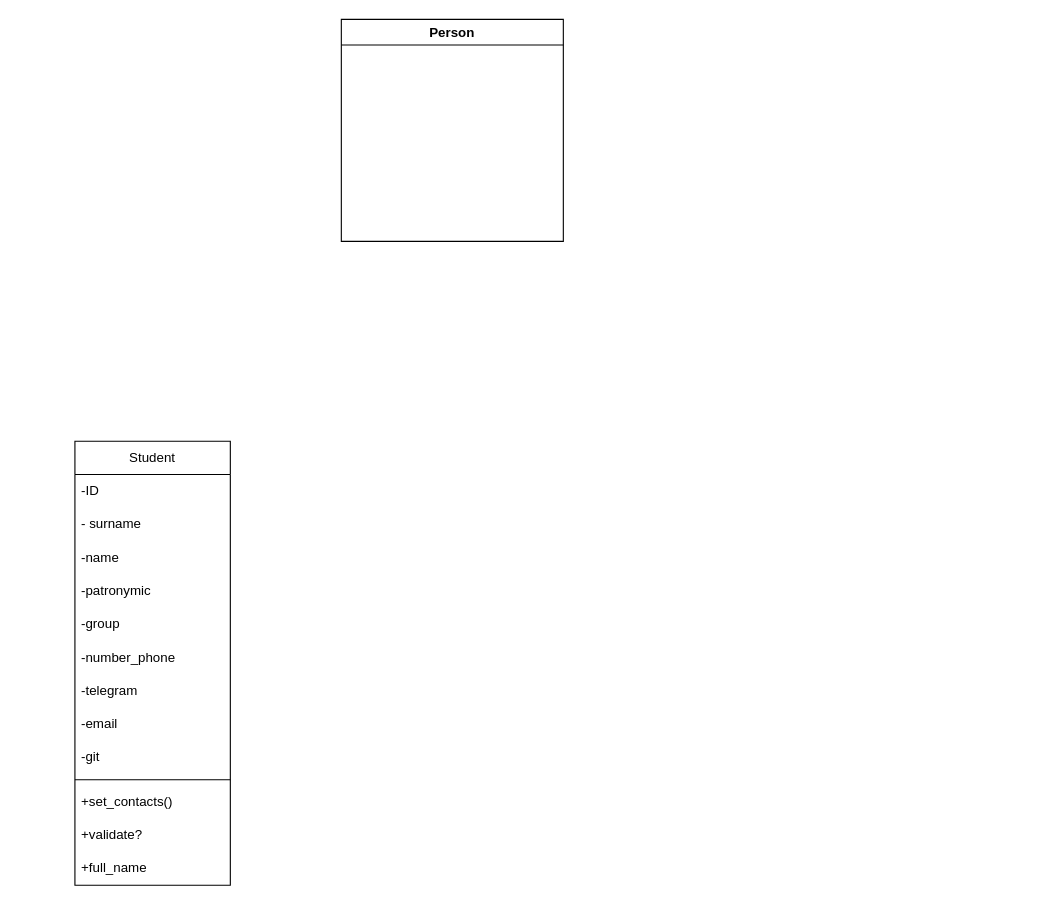
This is класс_студент.drawio from AhNyaLee/Ruby, a draw.io file, before an edit. Source tidied: cells renumbered, new cells numbered last; positions are measured from the earlier drawing's top-left corner, leaving out a move shared by most shapes. Both pictures are drawn from the tidied source at 111%, with x=0, y=0 at pixel (74, 19).
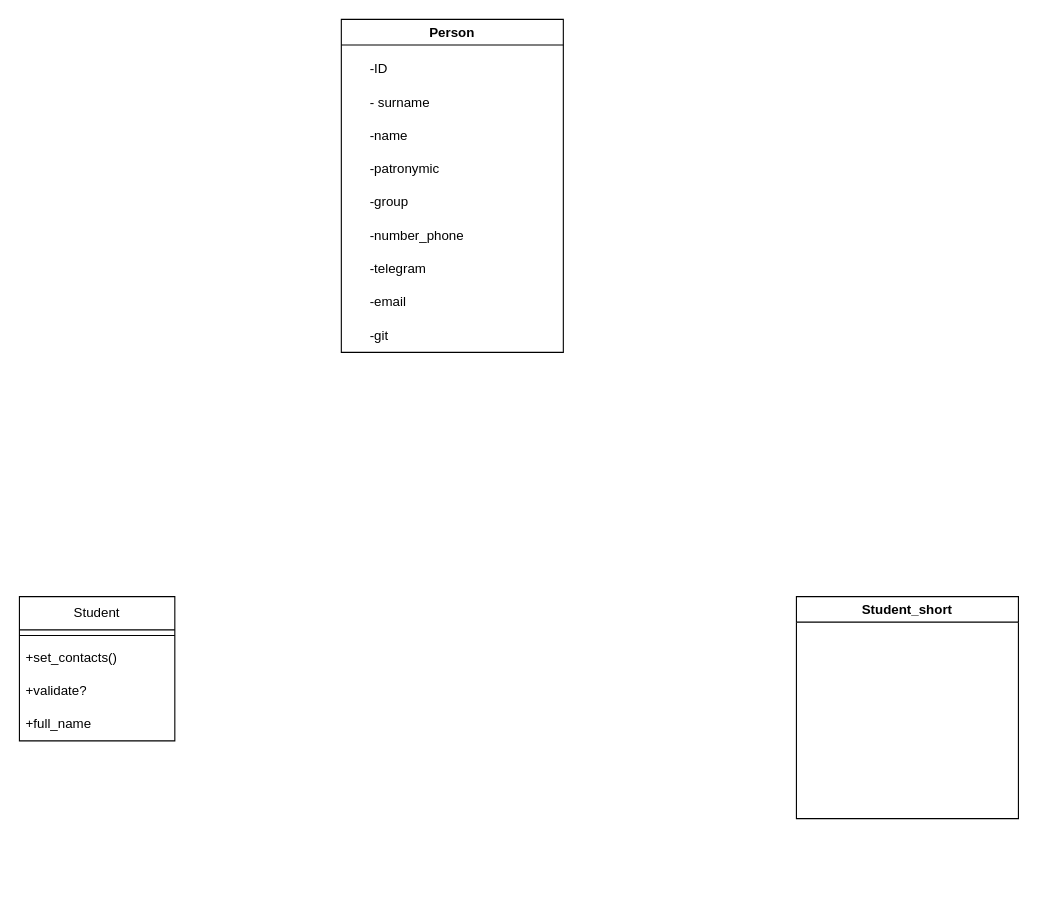
Above is the later version.

Change to the diagram source:
```diff
@@
 <mxGraphModel>
   <root>
     <mxCell id="0" />
     <mxCell id="1" parent="0" />
     <mxCell id="2" value="Student" style="swimlane;fontStyle=0;horizontal=1;startSize=30;whiteSpace=wrap;html=1;" parent="1" vertex="1">
-      <mxGeometry y="380" width="140" height="400" as="geometry" />
+      <mxGeometry x="-50" y="520" width="140" height="130" as="geometry" />
     </mxCell>
+    <mxCell id="12" style="line;strokeWidth=1;dashed=0;labelPosition=right;align=left;verticalAlign=middle;spacingTop=0;spacingLeft=6;" parent="2" vertex="1">
+      <mxGeometry y="30" width="140" height="10" as="geometry" />
+    </mxCell>
+    <mxCell id="13" value="+set_contacts()" style="text;strokeColor=none;fillColor=none;align=left;verticalAlign=middle;spacingLeft=4;spacingRight=4;overflow=hidden;whiteSpace=wrap;html=1;" parent="2" vertex="1">
+      <mxGeometry y="40" width="140" height="30" as="geometry" />
+    </mxCell>
+    <mxCell id="14" value="+validate?" style="text;strokeColor=none;fillColor=none;align=left;verticalAlign=middle;spacingLeft=4;spacingRight=4;overflow=hidden;whiteSpace=wrap;html=1;" parent="2" vertex="1">
+      <mxGeometry y="70" width="140" height="30" as="geometry" />
+    </mxCell>
+    <mxCell id="15" value="+full_name" style="text;strokeColor=none;fillColor=none;align=left;verticalAlign=middle;spacingLeft=4;spacingRight=4;overflow=hidden;whiteSpace=wrap;html=1;" parent="2" vertex="1">
+      <mxGeometry y="100" width="140" height="30" as="geometry" />
+    </mxCell>
+    <mxCell id="16" value="Person" style="swimlane;whiteSpace=wrap;html=1;" parent="1" vertex="1">
+      <mxGeometry x="240" width="200" height="300" as="geometry" />
+    </mxCell>
-    <mxCell id="3" value="-ID" style="text;strokeColor=none;fillColor=none;align=left;verticalAlign=middle;spacingLeft=4;spacingRight=4;overflow=hidden;whiteSpace=wrap;html=1;" parent="2" vertex="1">
-      <mxGeometry y="30" width="140" height="30" as="geometry" />
+    <mxCell id="3" value="-ID" style="text;strokeColor=none;fillColor=none;align=left;verticalAlign=middle;spacingLeft=4;spacingRight=4;overflow=hidden;whiteSpace=wrap;html=1;" parent="16" vertex="1">
+      <mxGeometry x="20" y="30" width="140" height="30" as="geometry" />
     </mxCell>
-    <mxCell id="4" value="- surname" style="text;strokeColor=none;fillColor=none;align=left;verticalAlign=middle;spacingLeft=4;spacingRight=4;overflow=hidden;whiteSpace=wrap;html=1;" parent="2" vertex="1">
-      <mxGeometry y="60" width="140" height="30" as="geometry" />
+    <mxCell id="4" value="- surname" style="text;strokeColor=none;fillColor=none;align=left;verticalAlign=middle;spacingLeft=4;spacingRight=4;overflow=hidden;whiteSpace=wrap;html=1;" parent="16" vertex="1">
+      <mxGeometry x="20" y="60" width="140" height="30" as="geometry" />
     </mxCell>
-    <mxCell id="5" value="-name" style="text;strokeColor=none;fillColor=none;align=left;verticalAlign=middle;spacingLeft=4;spacingRight=4;overflow=hidden;whiteSpace=wrap;html=1;" parent="2" vertex="1">
-      <mxGeometry y="90" width="140" height="30" as="geometry" />
+    <mxCell id="5" value="-name" style="text;strokeColor=none;fillColor=none;align=left;verticalAlign=middle;spacingLeft=4;spacingRight=4;overflow=hidden;whiteSpace=wrap;html=1;" parent="16" vertex="1">
+      <mxGeometry x="20" y="90" width="140" height="30" as="geometry" />
     </mxCell>
-    <mxCell id="6" value="-patronymic" style="text;strokeColor=none;fillColor=none;align=left;verticalAlign=middle;spacingLeft=4;spacingRight=4;overflow=hidden;whiteSpace=wrap;html=1;" parent="2" vertex="1">
-      <mxGeometry y="120" width="140" height="30" as="geometry" />
+    <mxCell id="6" value="-patronymic" style="text;strokeColor=none;fillColor=none;align=left;verticalAlign=middle;spacingLeft=4;spacingRight=4;overflow=hidden;whiteSpace=wrap;html=1;" parent="16" vertex="1">
+      <mxGeometry x="20" y="120" width="140" height="30" as="geometry" />
     </mxCell>
-    <mxCell id="7" value="-group" style="text;strokeColor=none;fillColor=none;align=left;verticalAlign=middle;spacingLeft=4;spacingRight=4;overflow=hidden;whiteSpace=wrap;html=1;" parent="2" vertex="1">
-      <mxGeometry y="150" width="140" height="30" as="geometry" />
+    <mxCell id="7" value="-group" style="text;strokeColor=none;fillColor=none;align=left;verticalAlign=middle;spacingLeft=4;spacingRight=4;overflow=hidden;whiteSpace=wrap;html=1;" parent="16" vertex="1">
+      <mxGeometry x="20" y="150" width="140" height="30" as="geometry" />
     </mxCell>
-    <mxCell id="8" value="-number_phone" style="text;strokeColor=none;fillColor=none;align=left;verticalAlign=middle;spacingLeft=4;spacingRight=4;overflow=hidden;whiteSpace=wrap;html=1;" parent="2" vertex="1">
-      <mxGeometry y="180" width="140" height="30" as="geometry" />
+    <mxCell id="8" value="-number_phone" style="text;strokeColor=none;fillColor=none;align=left;verticalAlign=middle;spacingLeft=4;spacingRight=4;overflow=hidden;whiteSpace=wrap;html=1;" parent="16" vertex="1">
+      <mxGeometry x="20" y="180" width="140" height="30" as="geometry" />
     </mxCell>
-    <mxCell id="9" value="-telegram" style="text;strokeColor=none;fillColor=none;align=left;verticalAlign=middle;spacingLeft=4;spacingRight=4;overflow=hidden;whiteSpace=wrap;html=1;" parent="2" vertex="1">
-      <mxGeometry y="210" width="140" height="30" as="geometry" />
+    <mxCell id="9" value="-telegram" style="text;strokeColor=none;fillColor=none;align=left;verticalAlign=middle;spacingLeft=4;spacingRight=4;overflow=hidden;whiteSpace=wrap;html=1;" parent="16" vertex="1">
+      <mxGeometry x="20" y="210" width="140" height="30" as="geometry" />
     </mxCell>
-    <mxCell id="10" value="-email" style="text;strokeColor=none;fillColor=none;align=left;verticalAlign=middle;spacingLeft=4;spacingRight=4;overflow=hidden;whiteSpace=wrap;html=1;" parent="2" vertex="1">
-      <mxGeometry y="240" width="140" height="30" as="geometry" />
+    <mxCell id="10" value="-email" style="text;strokeColor=none;fillColor=none;align=left;verticalAlign=middle;spacingLeft=4;spacingRight=4;overflow=hidden;whiteSpace=wrap;html=1;" parent="16" vertex="1">
+      <mxGeometry x="20" y="240" width="140" height="30" as="geometry" />
     </mxCell>
-    <mxCell id="11" value="-git" style="text;strokeColor=none;fillColor=none;align=left;verticalAlign=middle;spacingLeft=4;spacingRight=4;overflow=hidden;whiteSpace=wrap;html=1;" parent="2" vertex="1">
-      <mxGeometry y="270" width="140" height="30" as="geometry" />
+    <mxCell id="11" value="-git" style="text;strokeColor=none;fillColor=none;align=left;verticalAlign=middle;spacingLeft=4;spacingRight=4;overflow=hidden;whiteSpace=wrap;html=1;" parent="16" vertex="1">
+      <mxGeometry x="20" y="270" width="140" height="30" as="geometry" />
     </mxCell>
-    <mxCell id="12" style="line;strokeWidth=1;dashed=0;labelPosition=right;align=left;verticalAlign=middle;spacingTop=0;spacingLeft=6;" parent="2" vertex="1">
-      <mxGeometry y="300" width="140" height="10" as="geometry" />
-    </mxCell>
-    <mxCell id="13" value="+set_contacts()" style="text;strokeColor=none;fillColor=none;align=left;verticalAlign=middle;spacingLeft=4;spacingRight=4;overflow=hidden;whiteSpace=wrap;html=1;" parent="2" vertex="1">
-      <mxGeometry y="310" width="140" height="30" as="geometry" />
-    </mxCell>
-    <mxCell id="14" value="+validate?" style="text;strokeColor=none;fillColor=none;align=left;verticalAlign=middle;spacingLeft=4;spacingRight=4;overflow=hidden;whiteSpace=wrap;html=1;" parent="2" vertex="1">
-      <mxGeometry y="340" width="140" height="30" as="geometry" />
-    </mxCell>
-    <mxCell id="15" value="+full_name" style="text;strokeColor=none;fillColor=none;align=left;verticalAlign=middle;spacingLeft=4;spacingRight=4;overflow=hidden;whiteSpace=wrap;html=1;" parent="2" vertex="1">
-      <mxGeometry y="370" width="140" height="30" as="geometry" />
-    </mxCell>
-    <mxCell id="16" value="Person" style="swimlane;whiteSpace=wrap;html=1;" parent="1" vertex="1">
-      <mxGeometry x="240" width="200" height="200" as="geometry" />
-    </mxCell>
+    <mxCell id="17" value="Student_short" style="swimlane;whiteSpace=wrap;html=1;" parent="1" vertex="1">
+      <mxGeometry x="650" y="520" width="200" height="200" as="geometry" />
+    </mxCell>
   </root>
 </mxGraphModel>
```
